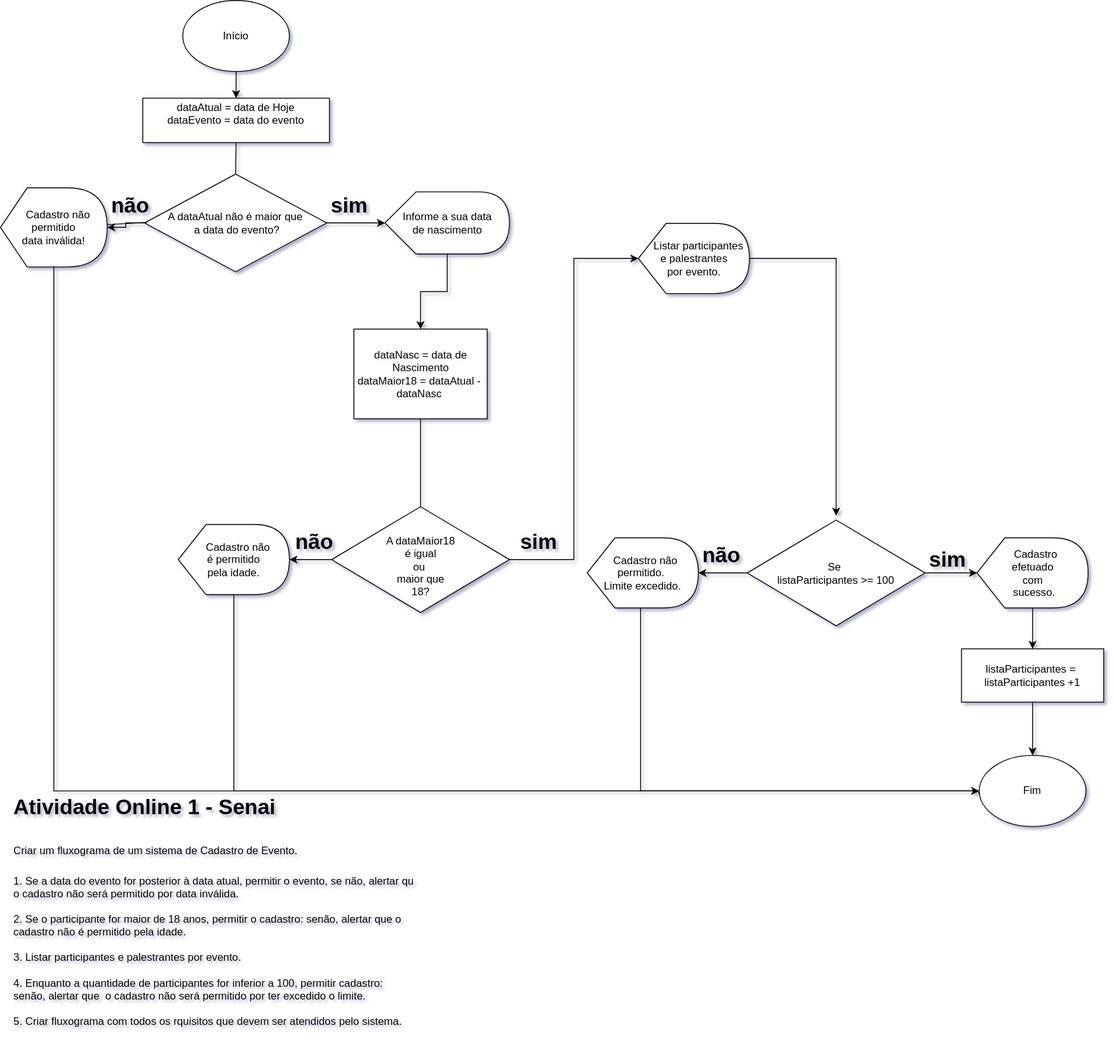
This is atividade online - fluxograma.svg from vanderpolezel/senai-atividade1-UC8, a draw.io export, as it was before one commit. Source tidied: cells renumbered, new cells last; positions are measured from the earlier drawing's top-left corner, leaving out a move shared by most shapes.
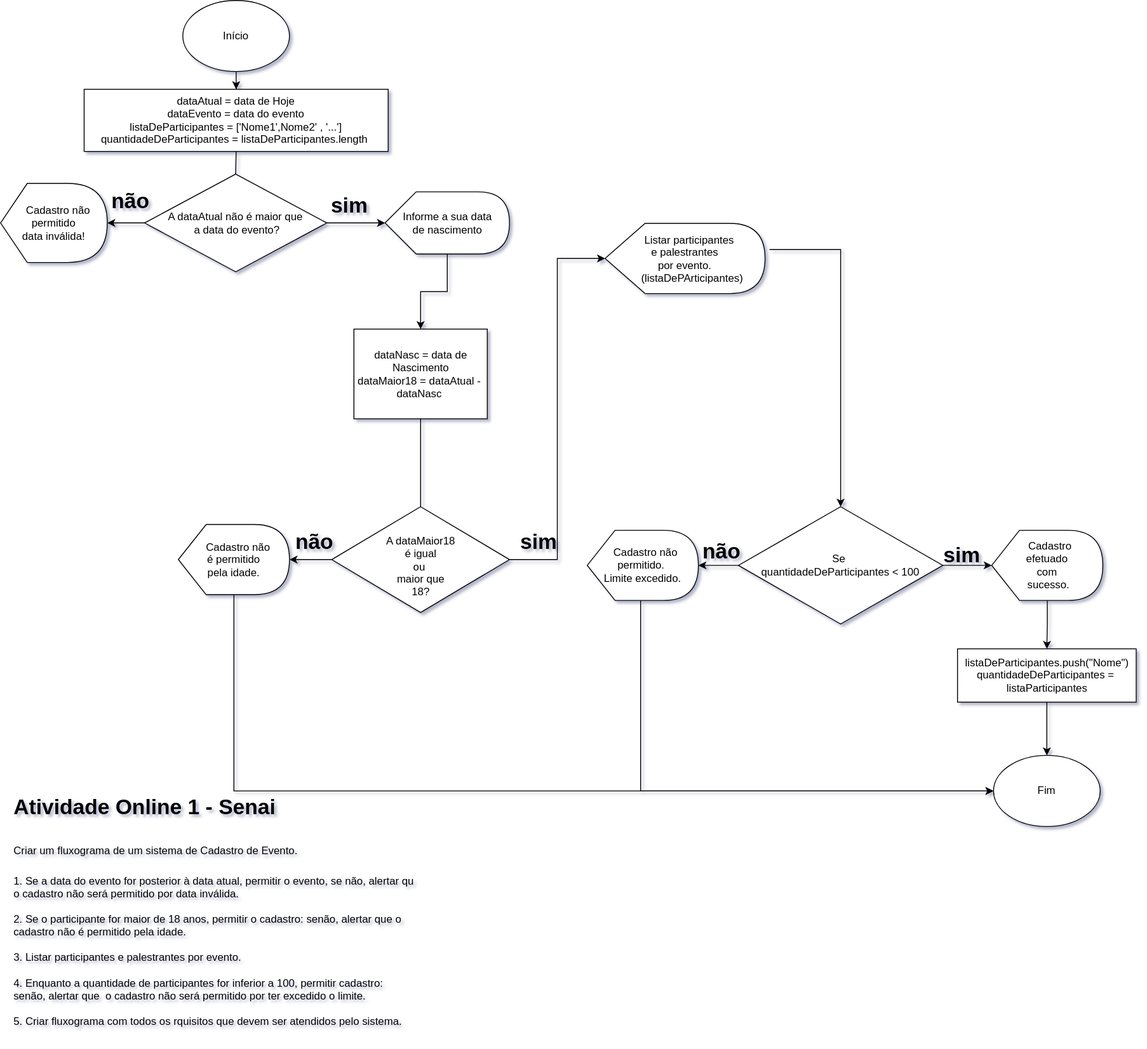
After the change.

What changed in the source:
```diff
@@ -8,8 +8,8 @@
     <mxCell id="3" value="Início" style="ellipse;whiteSpace=wrap;html=1;" parent="1" vertex="1">
       <mxGeometry x="205" width="120" height="80" as="geometry" />
     </mxCell>
-    <mxCell id="4" value="dataAtual = data de Hoje&lt;br&gt;dataEvento = data do evento&lt;br&gt;&amp;nbsp;" style="rounded=0;whiteSpace=wrap;html=1;" parent="1" vertex="1">
-      <mxGeometry x="160" y="110" width="210" height="50" as="geometry" />
+    <mxCell id="4" value="dataAtual = data de Hoje&lt;br&gt;dataEvento = data do evento&lt;br&gt;listaDeParticipantes = ['Nome1',Nome2' , '...']&lt;br&gt;quantidadeDeParticipantes = listaDeParticipantes.length&amp;nbsp;" style="rounded=0;whiteSpace=wrap;html=1;" parent="1" vertex="1">
+      <mxGeometry x="94" y="100" width="342" height="70" as="geometry" />
     </mxCell>
     <mxCell id="5" style="edgeStyle=orthogonalEdgeStyle;rounded=0;jettySize=auto;html=1;" parent="1" edge="1" source="7" target="9">
       <mxGeometry relative="1" as="geometry" />
@@ -20,17 +20,8 @@
     <mxCell id="7" value="A dataAtual não é maior que&lt;br&gt;&amp;nbsp;a data do evento?" style="rhombus;whiteSpace=wrap;html=1;" parent="1" vertex="1">
       <mxGeometry x="162" y="195.5" width="205" height="110" as="geometry" />
     </mxCell>
-    <mxCell id="8" style="edgeStyle=orthogonalEdgeStyle;rounded=0;jettySize=auto;html=1;" parent="1" edge="1" source="9">
-      <mxGeometry relative="1" as="geometry">
-        <mxPoint x="1104" y="900" as="targetPoint" />
-        <Array as="points">
-          <mxPoint x="60" y="890" />
-          <mxPoint x="1104" y="890" />
-        </Array>
-      </mxGeometry>
-    </mxCell>
     <mxCell id="9" value="&amp;nbsp; &amp;nbsp;Cadastro não &lt;br&gt;permitido&lt;br&gt;data inválida!" style="shape=display;whiteSpace=wrap;html=1;" parent="1" vertex="1">
-      <mxGeometry y="211" width="120" height="89" as="geometry" />
+      <mxGeometry y="206" width="120" height="89" as="geometry" />
     </mxCell>
     <mxCell id="10" style="edgeStyle=orthogonalEdgeStyle;rounded=0;jettySize=auto;html=1;" parent="1" edge="1" source="11" target="12">
       <mxGeometry relative="1" as="geometry" />
@@ -60,19 +51,20 @@
     <mxCell id="17" value="&amp;nbsp; &amp;nbsp;Cadastro não &lt;br&gt;é permitido&lt;br&gt;pela idade." style="shape=display;whiteSpace=wrap;html=1;" parent="1" vertex="1">
       <mxGeometry x="200" y="590" width="125" height="79" as="geometry" />
     </mxCell>
-    <mxCell id="18" style="edgeStyle=orthogonalEdgeStyle;rounded=0;jettySize=auto;html=1;" parent="1" edge="1" source="19">
+    <mxCell id="18" style="edgeStyle=orthogonalEdgeStyle;rounded=0;orthogonalLoop=1;jettySize=auto;html=1;" parent="1" edge="1">
       <mxGeometry relative="1" as="geometry">
-        <mxPoint x="940" y="580" as="targetPoint" />
+        <mxPoint x="865" y="280.5" as="sourcePoint" />
+        <mxPoint x="945" y="570" as="targetPoint" />
       </mxGeometry>
     </mxCell>
-    <mxCell id="19" value="&amp;nbsp; &amp;nbsp;Listar participantes&lt;br&gt;e palestrantes&lt;br&gt;por evento." style="shape=display;whiteSpace=wrap;html=1;" parent="1" vertex="1">
-      <mxGeometry x="717.5" y="251" width="125" height="79" as="geometry" />
+    <mxCell id="19" value="&amp;nbsp; &amp;nbsp;Listar participantes&lt;br&gt;e palestrantes&lt;br&gt;por evento.&lt;br&gt;&amp;nbsp; &amp;nbsp; &amp;nbsp;(listaDePArticipantes)" style="shape=display;whiteSpace=wrap;html=1;" parent="1" vertex="1">
+      <mxGeometry x="680" y="251" width="180" height="79" as="geometry" />
     </mxCell>
     <mxCell id="20" style="edgeStyle=orthogonalEdgeStyle;rounded=0;jettySize=auto;html=1;" parent="1" edge="1" source="21" target="29">
       <mxGeometry relative="1" as="geometry" />
     </mxCell>
-    <mxCell id="21" value="listaParticipantes =&amp;nbsp; listaParticipantes +1" style="rounded=0;whiteSpace=wrap;html=1;" parent="1" vertex="1">
-      <mxGeometry x="1081" y="730" width="160" height="60" as="geometry" />
+    <mxCell id="21" value="listaDeParticipantes.push(&quot;Nome&quot;)&lt;br&gt;quantidadeDeParticipantes =&amp;nbsp; listaParticipantes" style="rounded=0;whiteSpace=wrap;html=1;" parent="1" vertex="1">
+      <mxGeometry x="1076.5" y="730" width="201" height="60" as="geometry" />
     </mxCell>
     <mxCell id="22" style="edgeStyle=orthogonalEdgeStyle;rounded=0;jettySize=auto;html=1;" parent="1" edge="1" source="24" target="26">
       <mxGeometry relative="1" as="geometry" />
@@ -80,8 +72,8 @@
     <mxCell id="23" style="edgeStyle=orthogonalEdgeStyle;rounded=0;jettySize=auto;html=1;" parent="1" edge="1" source="24" target="28">
       <mxGeometry relative="1" as="geometry" />
     </mxCell>
-    <mxCell id="24" value="Se&amp;nbsp;&lt;br&gt;listaParticipantes &amp;gt;= 100" style="rhombus;whiteSpace=wrap;html=1;" parent="1" vertex="1">
-      <mxGeometry x="840" y="585" width="200" height="119" as="geometry" />
+    <mxCell id="24" value="Se&amp;nbsp;&lt;br&gt;quantidadeDeParticipantes &amp;lt; 100" style="rhombus;whiteSpace=wrap;html=1;" parent="1" vertex="1">
+      <mxGeometry x="830" y="570" width="230" height="132" as="geometry" />
     </mxCell>
     <mxCell id="25" style="edgeStyle=orthogonalEdgeStyle;rounded=0;jettySize=auto;html=1;entryX=0;entryY=0.5;entryDx=0;entryDy=0;" parent="1" edge="1" source="26" target="29">
       <mxGeometry relative="1" as="geometry">
@@ -91,39 +83,34 @@
       </mxGeometry>
     </mxCell>
     <mxCell id="26" value="&amp;nbsp; &amp;nbsp;Cadastro não&amp;nbsp;&lt;br&gt;permitido.&amp;nbsp;&lt;br&gt;Limite excedido." style="shape=display;whiteSpace=wrap;html=1;" parent="1" vertex="1">
-      <mxGeometry x="660" y="605" width="125" height="79" as="geometry" />
+      <mxGeometry x="660" y="596.5" width="125" height="79" as="geometry" />
     </mxCell>
     <mxCell id="27" style="edgeStyle=orthogonalEdgeStyle;rounded=0;jettySize=auto;html=1;" parent="1" edge="1" source="28" target="21">
       <mxGeometry relative="1" as="geometry" />
     </mxCell>
     <mxCell id="28" value="&amp;nbsp; Cadastro &lt;br&gt;efetuado&lt;br&gt;com&lt;br&gt;&amp;nbsp;sucesso." style="shape=display;whiteSpace=wrap;html=1;" parent="1" vertex="1">
-      <mxGeometry x="1098.5" y="605" width="125" height="79" as="geometry" />
+      <mxGeometry x="1115" y="596.5" width="125" height="79" as="geometry" />
     </mxCell>
     <mxCell id="29" value="Fim" style="ellipse;whiteSpace=wrap;html=1;" parent="1" vertex="1">
-      <mxGeometry x="1101" y="850" width="120" height="80" as="geometry" />
+      <mxGeometry x="1117" y="850" width="120" height="80" as="geometry" />
     </mxCell>
     <mxCell id="30" style="endArrow=none;html=1;rounded=0;entryX=0.5;entryY=1;entryDx=0;entryDy=0;exitX=0.5;exitY=0;exitDx=0;exitDy=0;" parent="1" edge="1" source="7" target="4">
       <mxGeometry relative="1" as="geometry" />
     </mxCell>
-    <mxCell id="31" style="endArrow=none;html=1;rounded=0;" parent="1" edge="1" source="9">
-      <mxGeometry relative="1" as="geometry">
-        <mxPoint x="165" y="250" as="targetPoint" />
-      </mxGeometry>
-    </mxCell>
     <mxCell id="32" style="endArrow=none;html=1;rounded=0;entryX=0.5;entryY=1;entryDx=0;entryDy=0;exitX=0.5;exitY=0;exitDx=0;exitDy=0;" parent="1" edge="1" source="15" target="12">
       <mxGeometry relative="1" as="geometry" />
     </mxCell>
     <mxCell id="33" value="&lt;h1&gt;sim&lt;/h1&gt;" style="text;html=1;strokeColor=none;fillColor=none;spacing=5;spacingTop=-20;whiteSpace=wrap;overflow=hidden;rounded=0;" parent="1" vertex="1">
-      <mxGeometry x="1040" y="609.5" width="60" height="40" as="geometry" />
+      <mxGeometry x="1056" y="605" width="60" height="40" as="geometry" />
     </mxCell>
     <mxCell id="34" value="&lt;h1&gt;não&lt;/h1&gt;" style="text;html=1;strokeColor=none;fillColor=none;spacing=5;spacingTop=-20;whiteSpace=wrap;overflow=hidden;rounded=0;" parent="1" vertex="1">
       <mxGeometry x="327" y="590" width="60" height="40" as="geometry" />
     </mxCell>
     <mxCell id="35" value="&lt;h1&gt;não&lt;/h1&gt;" style="text;html=1;strokeColor=none;fillColor=none;spacing=5;spacingTop=-20;whiteSpace=wrap;overflow=hidden;rounded=0;" parent="1" vertex="1">
-      <mxGeometry x="785" y="605" width="60" height="40" as="geometry" />
+      <mxGeometry x="785" y="601" width="60" height="40" as="geometry" />
     </mxCell>
     <mxCell id="36" value="&lt;h1&gt;não&lt;/h1&gt;" style="text;html=1;strokeColor=none;fillColor=none;spacing=5;spacingTop=-20;whiteSpace=wrap;overflow=hidden;rounded=0;" parent="1" vertex="1">
-      <mxGeometry x="120" y="211" width="60" height="40" as="geometry" />
+      <mxGeometry x="120" y="206" width="60" height="40" as="geometry" />
     </mxCell>
     <mxCell id="37" value="&lt;h1&gt;sim&lt;/h1&gt;" style="text;html=1;strokeColor=none;fillColor=none;spacing=5;spacingTop=-20;whiteSpace=wrap;overflow=hidden;rounded=0;" parent="1" vertex="1">
       <mxGeometry x="367" y="211" width="60" height="40" as="geometry" />
```
